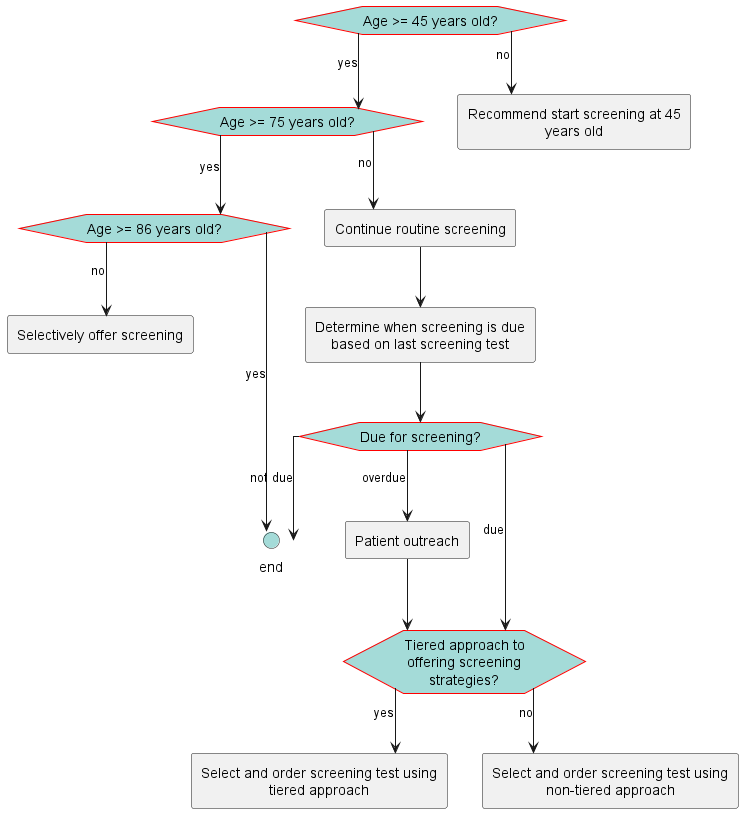
ccsm-cds-tools/CDC-Colorectal-Cancer-Screening-CDS-L2 keeps this PlantUML diagram as images/flow-USPSTFAvgRisk.png. Above is the earlier version.
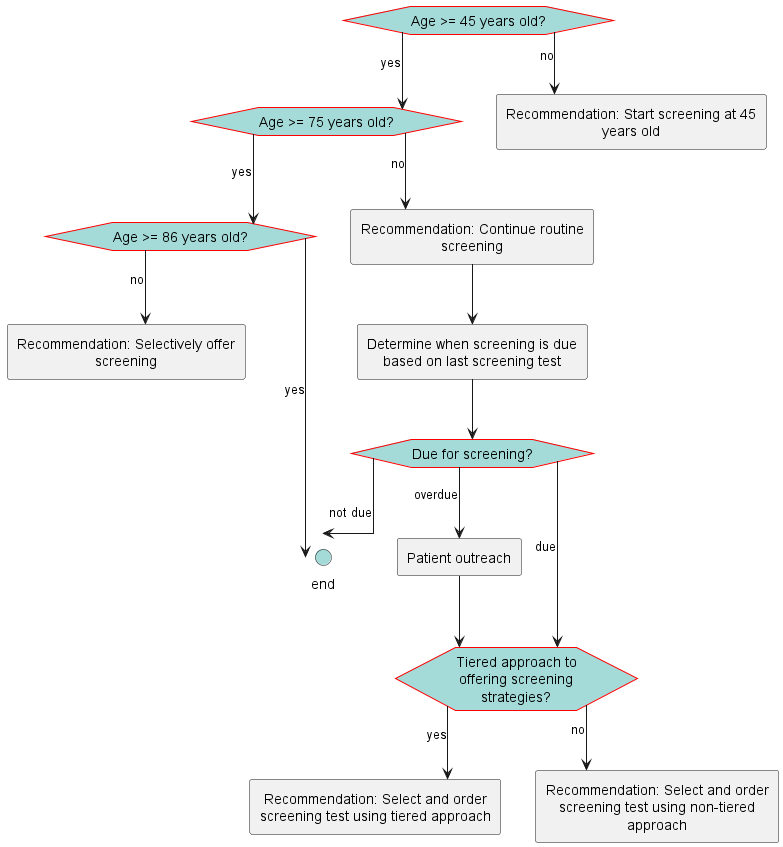
After the commit.

Diff of the diagram source:
```diff
@@ -20,16 +20,16 @@
 hexagon "Age >= 45 years old?" as eve_AgeOver45 [[#eve-AgeOver45]]
 hexagon "Age >= 75 years old?" as eve_AgeOver75 [[#eve-AgeOver75]]
 hexagon "Age >= 86 years old?" as eve_Age86AndOlder [[#eve-Age86AndOlder]]
-rectangle "Continue routine screening" as act_ContinueScreening [[#act-ContinueScreening]]
+rectangle "Recommendation: Continue routine screening" as act_ContinueScreening [[#act-ContinueScreening]]
 rectangle "Determine when screening is due based on last screening test" as act_DetermineDateForNextScreening [[#act-DetermineDateForNextScreening]]
 hexagon "Due for screening? " as eve_DetermineIfDueForScreening [[#eve-DetermineIfDueForScreening]]
 rectangle "Patient outreach" as act_patientOutreach [[#act-patientOutreach]]
 hexagon "Tiered approach to offering screening strategies?" as eve_TieredApproach [[#eve-TieredApproach]]
-rectangle "Recommend start screening at 45 years old" as act_RecommendStartScreeningAt45 [[#act-RecommendStartScreeningAt45]]
-rectangle "Selectively offer screening" as act_SelectivelyOfferScreening [[#act-SelectivelyOfferScreening]]
+rectangle "Recommendation: Start screening at 45 years old" as act_RecommendStartScreeningAt45 [[#act-RecommendStartScreeningAt45]]
+rectangle "Recommendation: Selectively offer screening" as act_SelectivelyOfferScreening [[#act-SelectivelyOfferScreening]]
 circle "end" as end_1 <<end>>
-rectangle "Select and order screening test using tiered approach" as act_PickScreeningMethodTiered [[#act-PickScreeningMethodTiered]]
-rectangle "Select and order screening test using non-tiered approach" as act_PickScreeningMethodNonTiered [[#act-PickScreeningMethodNonTiered]]
+rectangle "Recommendation: Select and order screening test using tiered approach" as act_PickScreeningMethodTiered [[#act-PickScreeningMethodTiered]]
+rectangle "Recommendation: Select and order screening test using non-tiered approach" as act_PickScreeningMethodNonTiered [[#act-PickScreeningMethodNonTiered]]
 eve_AgeOver45-->act_RecommendStartScreeningAt45: no
 eve_AgeOver45-->eve_AgeOver75: yes
 eve_AgeOver75-->act_ContinueScreening: no
```
